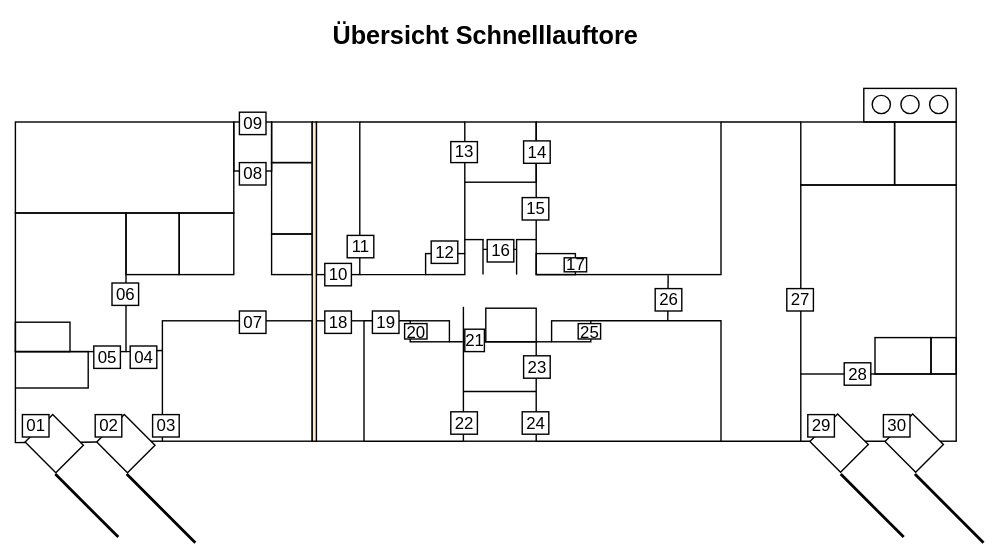
The draw.io diagram static/technik/Layouts/Schnelllauftore.svg in Hilli86/BIS, before a commit. Source tidied: cells renumbered, new cells last; positions are measured from the earlier drawing's top-left corner, leaving out a move shared by most shapes.
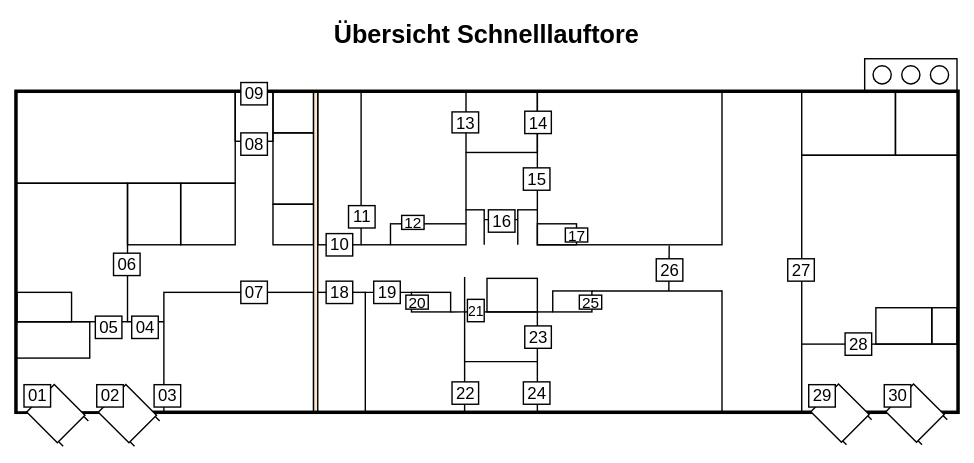
Above is the later version.

What changed in the source:
```diff
@@ -2,6 +2,9 @@
   <root>
     <mxCell id="0" />
     <mxCell id="1" value="Grundriss EG" parent="0" />
+    <mxCell id="103" style="rounded=0;whiteSpace=wrap;html=1;fillColor=none;strokeWidth=2;" parent="1" vertex="1">
+      <mxGeometry y="76" width="674" height="230" as="geometry" />
+    </mxCell>
     <mxCell id="2" style="rounded=0;whiteSpace=wrap;html=1;fillColor=none;" parent="1" vertex="1">
       <mxGeometry x="1" y="77" width="156" height="65" as="geometry" />
     </mxCell>
@@ -15,7 +18,7 @@
       <mxGeometry x="1" y="142" width="79" height="99" as="geometry" />
     </mxCell>
     <mxCell id="6" style="rounded=0;whiteSpace=wrap;html=1;fillColor=none;" parent="1" vertex="1">
-      <mxGeometry x="106" y="219" width="107" height="86" as="geometry" />
+      <mxGeometry x="106" y="220" width="107" height="85" as="geometry" />
     </mxCell>
     <mxCell id="7" style="rounded=0;whiteSpace=wrap;html=1;fillColor=none;" parent="1" vertex="1">
       <mxGeometry x="184" y="77" width="29" height="29" as="geometry" />
@@ -27,13 +30,13 @@
       <mxGeometry x="184" y="157" width="29" height="29" as="geometry" />
     </mxCell>
     <mxCell id="10" style="rounded=0;whiteSpace=wrap;html=1;fillColor=none;" parent="1" vertex="1">
-      <mxGeometry x="215" y="219" width="35" height="86" as="geometry" />
+      <mxGeometry x="215" y="220" width="35" height="85" as="geometry" />
     </mxCell>
     <mxCell id="11" style="rounded=0;whiteSpace=wrap;html=1;fillColor=none;" parent="1" vertex="1">
       <mxGeometry x="216" y="77" width="31" height="109" as="geometry" />
     </mxCell>
     <mxCell id="12" style="rounded=0;whiteSpace=wrap;html=1;fillColor=none;" parent="1" vertex="1">
-      <mxGeometry x="283" y="219" width="28" height="15" as="geometry" />
+      <mxGeometry x="283" y="220" width="28" height="14" as="geometry" />
     </mxCell>
     <mxCell id="13" style="endArrow=none;html=1;rounded=0;exitX=1;exitY=0;exitDx=0;exitDy=0;entryX=0;entryY=0;entryDx=0;entryDy=0;" parent="1" edge="1" source="10" target="12">
       <mxGeometry relative="1" as="geometry" />
@@ -112,7 +115,7 @@
         <mxPoint x="1" y="306" as="sourcePoint" />
       </mxGeometry>
     </mxCell>
-    <mxCell id="34" style="endArrow=none;html=1;rounded=0;entryX=-0.003;entryY=0.011;entryDx=0;entryDy=0;entryPerimeter=0;" parent="1" edge="1" target="54">
+    <mxCell id="34" style="endArrow=none;html=1;rounded=0;entryX=-0.004;entryY=0.008;entryDx=0;entryDy=0;entryPerimeter=0;strokeWidth=1;" parent="1" edge="1" target="54">
       <mxGeometry relative="1" as="geometry">
         <mxPoint x="0.5" y="306" as="sourcePoint" />
       </mxGeometry>
@@ -154,7 +157,7 @@
       </mxGeometry>
     </mxCell>
     <mxCell id="41" style="rounded=0;whiteSpace=wrap;html=1;fillColor=none;" parent="1" vertex="1">
-      <mxGeometry x="294" y="171" width="28" height="15" as="geometry" />
+      <mxGeometry x="268" y="171" width="54" height="15" as="geometry" />
     </mxCell>
     <mxCell id="42" style="endArrow=none;html=1;rounded=0;entryX=0;entryY=1;entryDx=0;entryDy=0;exitX=1;exitY=1;exitDx=0;exitDy=0;" parent="1" edge="1" source="11" target="41">
       <mxGeometry relative="1" as="geometry" />
@@ -173,12 +176,6 @@
     <mxCell id="46" style="rounded=0;whiteSpace=wrap;html=1;fillColor=none;" parent="1" vertex="1">
       <mxGeometry x="1" y="220" width="39" height="21" as="geometry" />
     </mxCell>
-    <mxCell id="47" style="rounded=0;whiteSpace=wrap;html=1;fillColor=none;rotation=-45;" parent="1" vertex="1">
-      <mxGeometry x="575.4" y="290.9" width="28" height="31" as="geometry" />
-    </mxCell>
-    <mxCell id="48" style="rounded=0;whiteSpace=wrap;html=1;fillColor=none;rotation=-45;" parent="1" vertex="1">
-      <mxGeometry x="629" y="290.8" width="28" height="31" as="geometry" />
-    </mxCell>
     <mxCell id="49" style="endArrow=none;html=1;rounded=0;entryX=0.017;entryY=0.002;entryDx=0;entryDy=0;entryPerimeter=0;exitX=0.999;exitY=0.89;exitDx=0;exitDy=0;exitPerimeter=0;" parent="1" edge="1" source="47" target="48">
       <mxGeometry relative="1" as="geometry" />
     </mxCell>
@@ -200,12 +197,6 @@
     <mxCell id="53" style="rounded=0;whiteSpace=wrap;html=1;fillColor=#ffe6cc;strokeColor=#000000;" parent="1" vertex="1">
       <mxGeometry x="213" y="77" width="3" height="228" as="geometry" />
     </mxCell>
-    <mxCell id="54" style="rounded=0;whiteSpace=wrap;html=1;fillColor=none;rotation=-45;" parent="1" vertex="1">
-      <mxGeometry x="14.8" y="291.2" width="27.9" height="31" as="geometry" />
-    </mxCell>
-    <mxCell id="55" style="rounded=0;whiteSpace=wrap;html=1;fillColor=none;rotation=-45;" parent="1" vertex="1">
-      <mxGeometry x="66" y="291.2" width="27.9" height="31" as="geometry" />
-    </mxCell>
     <mxCell id="56" style="endArrow=none;html=1;rounded=0;entryX=0;entryY=0;entryDx=0;entryDy=0;exitX=1.002;exitY=0.904;exitDx=0;exitDy=0;exitPerimeter=0;" parent="1" edge="1" source="54" target="55">
       <mxGeometry relative="1" as="geometry" />
     </mxCell>
@@ -221,30 +212,6 @@
     <mxCell id="60" style="endArrow=none;html=1;rounded=0;entryX=-0.008;entryY=-0.001;entryDx=0;entryDy=0;entryPerimeter=0;exitX=1;exitY=1;exitDx=0;exitDy=0;" parent="1" edge="1" source="12" target="15">
       <mxGeometry relative="1" as="geometry" />
     </mxCell>
-    <mxCell id="61" style="endArrow=none;html=1;rounded=0;strokeWidth=2;" parent="1" edge="1">
-      <mxGeometry relative="1" as="geometry">
-        <mxPoint x="129" y="377" as="sourcePoint" />
-        <mxPoint x="80" y="328" as="targetPoint" />
-      </mxGeometry>
-    </mxCell>
-    <mxCell id="62" style="endArrow=none;html=1;rounded=0;strokeWidth=2;" parent="1" edge="1">
-      <mxGeometry relative="1" as="geometry">
-        <mxPoint x="74" y="373" as="sourcePoint" />
-        <mxPoint x="29" y="328" as="targetPoint" />
-      </mxGeometry>
-    </mxCell>
-    <mxCell id="63" style="endArrow=none;html=1;rounded=0;strokeWidth=2;" parent="1" edge="1">
-      <mxGeometry relative="1" as="geometry">
-        <mxPoint x="692" y="377" as="sourcePoint" />
-        <mxPoint x="643" y="328" as="targetPoint" />
-      </mxGeometry>
-    </mxCell>
-    <mxCell id="64" style="endArrow=none;html=1;rounded=0;strokeWidth=2;" parent="1" edge="1">
-      <mxGeometry relative="1" as="geometry">
-        <mxPoint x="635" y="373" as="sourcePoint" />
-        <mxPoint x="590" y="328" as="targetPoint" />
-      </mxGeometry>
-    </mxCell>
     <mxCell id="65" style="rounded=0;whiteSpace=wrap;html=1;fillColor=none;" parent="1" vertex="1">
       <mxGeometry x="607" y="53" width="66" height="24" as="geometry" />
     </mxCell>
@@ -266,6 +233,66 @@
         <mxPoint x="321" y="209" as="targetPoint" />
       </mxGeometry>
     </mxCell>
+    <mxCell id="104" style="endArrow=none;html=1;rounded=0;exitX=1.002;exitY=0.904;exitDx=0;exitDy=0;exitPerimeter=0;" parent="1" edge="1">
+      <mxGeometry relative="1" as="geometry">
+        <mxPoint x="31" y="327" as="sourcePoint" />
+        <mxPoint x="34" y="330" as="targetPoint" />
+      </mxGeometry>
+    </mxCell>
+    <mxCell id="105" style="endArrow=none;html=1;rounded=0;exitX=1.002;exitY=0.904;exitDx=0;exitDy=0;exitPerimeter=0;" parent="1" edge="1">
+      <mxGeometry relative="1" as="geometry">
+        <mxPoint x="49" y="309" as="sourcePoint" />
+        <mxPoint x="52" y="312" as="targetPoint" />
+      </mxGeometry>
+    </mxCell>
+    <mxCell id="106" style="endArrow=none;html=1;rounded=0;exitX=1.002;exitY=0.904;exitDx=0;exitDy=0;exitPerimeter=0;" parent="1" edge="1">
+      <mxGeometry relative="1" as="geometry">
+        <mxPoint x="82" y="327" as="sourcePoint" />
+        <mxPoint x="85" y="330" as="targetPoint" />
+      </mxGeometry>
+    </mxCell>
+    <mxCell id="107" style="endArrow=none;html=1;rounded=0;exitX=1.002;exitY=0.904;exitDx=0;exitDy=0;exitPerimeter=0;" parent="1" edge="1">
+      <mxGeometry relative="1" as="geometry">
+        <mxPoint x="100" y="309" as="sourcePoint" />
+        <mxPoint x="103" y="312" as="targetPoint" />
+      </mxGeometry>
+    </mxCell>
+    <mxCell id="108" style="endArrow=none;html=1;rounded=0;exitX=1.002;exitY=0.904;exitDx=0;exitDy=0;exitPerimeter=0;" parent="1" edge="1">
+      <mxGeometry relative="1" as="geometry">
+        <mxPoint x="591" y="326" as="sourcePoint" />
+        <mxPoint x="594" y="329" as="targetPoint" />
+      </mxGeometry>
+    </mxCell>
+    <mxCell id="109" style="endArrow=none;html=1;rounded=0;exitX=1.002;exitY=0.904;exitDx=0;exitDy=0;exitPerimeter=0;" parent="1" edge="1">
+      <mxGeometry relative="1" as="geometry">
+        <mxPoint x="609" y="308" as="sourcePoint" />
+        <mxPoint x="612" y="311" as="targetPoint" />
+      </mxGeometry>
+    </mxCell>
+    <mxCell id="110" style="endArrow=none;html=1;rounded=0;exitX=1.002;exitY=0.904;exitDx=0;exitDy=0;exitPerimeter=0;" parent="1" edge="1">
+      <mxGeometry relative="1" as="geometry">
+        <mxPoint x="645" y="326" as="sourcePoint" />
+        <mxPoint x="648" y="329" as="targetPoint" />
+      </mxGeometry>
+    </mxCell>
+    <mxCell id="111" style="endArrow=none;html=1;rounded=0;exitX=1.002;exitY=0.904;exitDx=0;exitDy=0;exitPerimeter=0;" parent="1" edge="1">
+      <mxGeometry relative="1" as="geometry">
+        <mxPoint x="663" y="308" as="sourcePoint" />
+        <mxPoint x="666" y="311" as="targetPoint" />
+      </mxGeometry>
+    </mxCell>
+    <mxCell id="47" style="rounded=0;whiteSpace=wrap;html=1;rotation=-45;" parent="1" vertex="1">
+      <mxGeometry x="575.4" y="290.9" width="28" height="31" as="geometry" />
+    </mxCell>
+    <mxCell id="48" style="rounded=0;whiteSpace=wrap;html=1;rotation=-45;" parent="1" vertex="1">
+      <mxGeometry x="629" y="290.8" width="28" height="31" as="geometry" />
+    </mxCell>
+    <mxCell id="54" style="rounded=0;whiteSpace=wrap;html=1;fillColor=#FFFFFF;rotation=-45;" parent="1" vertex="1">
+      <mxGeometry x="14.8" y="291.2" width="27.9" height="31" as="geometry" />
+    </mxCell>
+    <mxCell id="55" style="rounded=0;whiteSpace=wrap;html=1;fillColor=#FFFFFF;rotation=-45;" parent="1" vertex="1">
+      <mxGeometry x="66" y="291.2" width="27.9" height="31" as="geometry" />
+    </mxCell>
     <mxCell id="71" value="Schnelllauftore" parent="0" />
     <mxCell id="72" value="01" style="text;html=1;whiteSpace=wrap;strokeColor=light-dark(#000000,#CCCCFF);fillColor=light-dark(#FFFFFF,#808080);align=center;verticalAlign=middle;rounded=0;gradientColor=none;" parent="71" vertex="1">
       <mxGeometry x="6" y="286" width="19" height="16" as="geometry" />
@@ -297,8 +324,8 @@
     <mxCell id="81" value="10" style="text;html=1;whiteSpace=wrap;strokeColor=light-dark(#000000,#CCCCFF);fillColor=light-dark(#FFFFFF,#808080);align=center;verticalAlign=middle;rounded=0;gradientColor=none;" parent="71" vertex="1">
       <mxGeometry x="222" y="178" width="19" height="16" as="geometry" />
     </mxCell>
-    <mxCell id="82" value="12" style="text;html=1;whiteSpace=wrap;strokeColor=light-dark(#000000,#CCCCFF);fillColor=light-dark(#FFFFFF,#808080);align=center;verticalAlign=middle;rounded=0;gradientColor=none;" parent="71" vertex="1">
-      <mxGeometry x="298" y="162" width="19" height="16" as="geometry" />
+    <mxCell id="82" value="12" style="text;html=1;whiteSpace=wrap;strokeColor=light-dark(#000000,#CCCCFF);fillColor=light-dark(#FFFFFF,#808080);align=center;verticalAlign=middle;rounded=0;gradientColor=none;fontSize=11;" parent="71" vertex="1">
+      <mxGeometry x="276" y="165" width="16" height="10" as="geometry" />
     </mxCell>
     <mxCell id="83" value="11" style="text;html=1;whiteSpace=wrap;strokeColor=light-dark(#000000,#CCCCFF);fillColor=light-dark(#FFFFFF,#808080);align=center;verticalAlign=middle;rounded=0;gradientColor=none;" parent="71" vertex="1">
       <mxGeometry x="238" y="158" width="19" height="16" as="geometry" />
@@ -321,8 +348,8 @@
     <mxCell id="89" value="19" style="text;html=1;whiteSpace=wrap;strokeColor=light-dark(#000000,#CCCCFF);fillColor=light-dark(#FFFFFF,#808080);align=center;verticalAlign=middle;rounded=0;gradientColor=none;" parent="71" vertex="1">
       <mxGeometry x="256" y="212" width="19" height="16" as="geometry" />
     </mxCell>
-    <mxCell id="90" value="20" style="text;html=1;whiteSpace=wrap;strokeColor=light-dark(#000000,#CCCCFF);fillColor=light-dark(#FFFFFF,#808080);align=center;verticalAlign=middle;rounded=0;gradientColor=none;" parent="71" vertex="1">
-      <mxGeometry x="279" y="221" width="16" height="11" as="geometry" />
+    <mxCell id="90" value="20" style="text;html=1;whiteSpace=wrap;strokeColor=light-dark(#000000,#CCCCFF);fillColor=light-dark(#FFFFFF,#808080);align=center;verticalAlign=middle;rounded=0;gradientColor=none;fontSize=11;" parent="71" vertex="1">
+      <mxGeometry x="279" y="222" width="16" height="10" as="geometry" />
     </mxCell>
     <mxCell id="91" value="22" style="text;html=1;whiteSpace=wrap;strokeColor=light-dark(#000000,#CCCCFF);fillColor=light-dark(#FFFFFF,#808080);align=center;verticalAlign=middle;rounded=0;gradientColor=none;" parent="71" vertex="1">
       <mxGeometry x="312" y="284" width="19" height="16" as="geometry" />
@@ -333,14 +360,14 @@
     <mxCell id="93" value="23" style="text;html=1;whiteSpace=wrap;strokeColor=light-dark(#000000,#CCCCFF);fillColor=light-dark(#FFFFFF,#808080);align=center;verticalAlign=middle;rounded=0;gradientColor=none;" parent="71" vertex="1">
       <mxGeometry x="364" y="244" width="19" height="16" as="geometry" />
     </mxCell>
-    <mxCell id="94" value="21" style="text;html=1;whiteSpace=wrap;strokeColor=light-dark(#000000,#CCCCFF);fillColor=light-dark(#FFFFFF,#808080);align=center;verticalAlign=middle;rounded=0;gradientColor=none;" parent="71" vertex="1">
-      <mxGeometry x="322" y="225" width="14" height="16" as="geometry" />
+    <mxCell id="94" value="21" style="text;html=1;whiteSpace=wrap;strokeColor=light-dark(#000000,#CCCCFF);fillColor=light-dark(#FFFFFF,#808080);align=center;verticalAlign=middle;rounded=0;gradientColor=none;fontSize=10;fontStyle=0;" parent="71" vertex="1">
+      <mxGeometry x="323" y="225" width="12" height="16" as="geometry" />
     </mxCell>
-    <mxCell id="95" value="17" style="text;html=1;whiteSpace=wrap;strokeColor=light-dark(#000000,#CCCCFF);fillColor=light-dark(#FFFFFF,#808080);align=center;verticalAlign=middle;rounded=0;gradientColor=none;" parent="71" vertex="1">
+    <mxCell id="95" value="17" style="text;html=1;whiteSpace=wrap;strokeColor=light-dark(#000000,#CCCCFF);fillColor=light-dark(#FFFFFF,#808080);align=center;verticalAlign=middle;rounded=0;gradientColor=none;fontSize=11;" parent="71" vertex="1">
       <mxGeometry x="393" y="174" width="16" height="10" as="geometry" />
     </mxCell>
-    <mxCell id="96" value="25" style="text;html=1;whiteSpace=wrap;strokeColor=light-dark(#000000,#CCCCFF);fillColor=light-dark(#FFFFFF,#808080);align=center;verticalAlign=middle;rounded=0;gradientColor=none;" parent="71" vertex="1">
-      <mxGeometry x="403" y="221" width="16" height="11" as="geometry" />
+    <mxCell id="96" value="25" style="text;html=1;whiteSpace=wrap;strokeColor=light-dark(#000000,#CCCCFF);fillColor=light-dark(#FFFFFF,#808080);align=center;verticalAlign=middle;rounded=0;gradientColor=none;fontSize=11;" parent="71" vertex="1">
+      <mxGeometry x="403" y="222" width="16" height="10" as="geometry" />
     </mxCell>
     <mxCell id="97" value="26" style="text;html=1;whiteSpace=wrap;strokeColor=light-dark(#000000,#CCCCFF);fillColor=light-dark(#FFFFFF,#808080);align=center;verticalAlign=middle;rounded=0;gradientColor=none;" parent="71" vertex="1">
       <mxGeometry x="458" y="196" width="19" height="16" as="geometry" />
@@ -358,7 +385,7 @@
       <mxGeometry x="621" y="286" width="19" height="16" as="geometry" />
     </mxCell>
     <mxCell id="102" value="Übersicht Schnelllauftore" style="text;html=1;whiteSpace=wrap;strokeColor=none;fillColor=none;align=center;verticalAlign=middle;rounded=0;fontSize=18;fontStyle=1;" parent="71" vertex="1">
-      <mxGeometry x="1" width="671" height="30" as="geometry" />
+      <mxGeometry x="1" y="21" width="671" height="30" as="geometry" />
     </mxCell>
   </root>
 </mxGraphModel>
```
